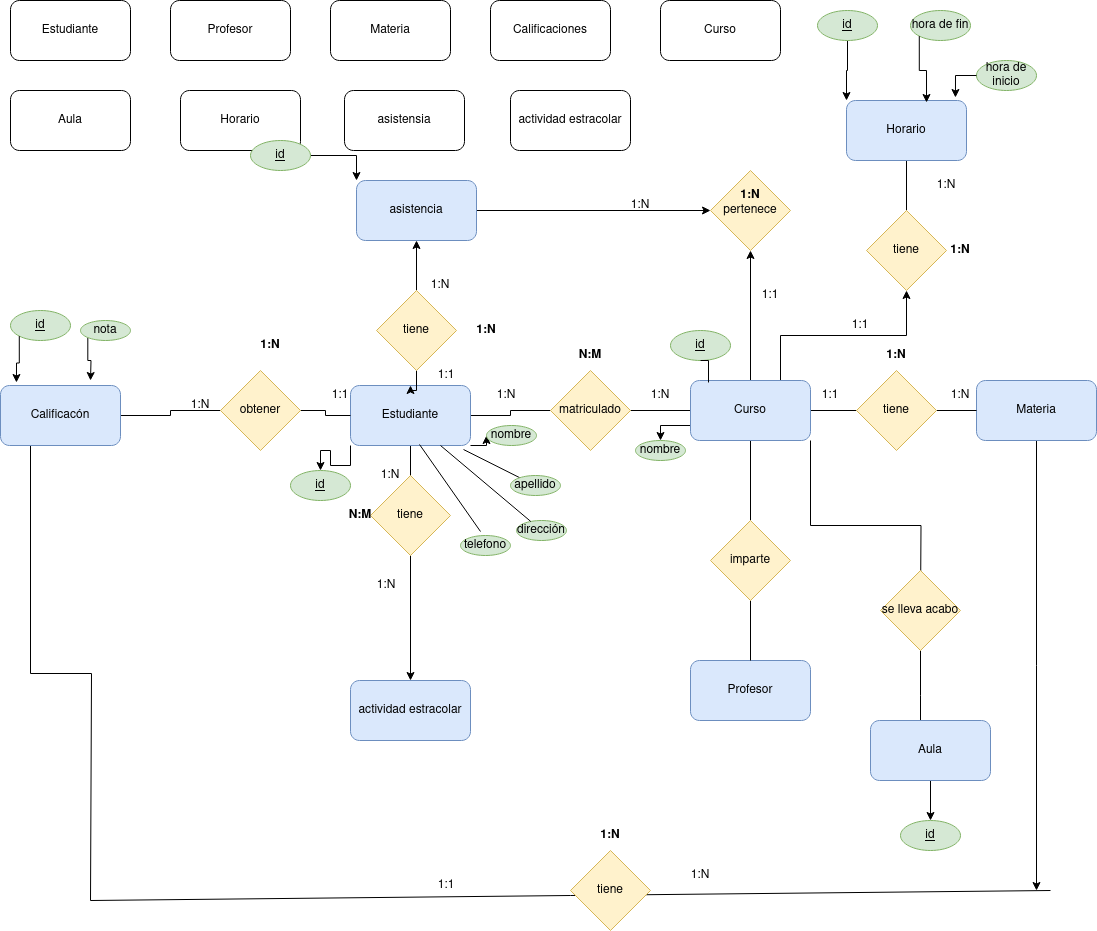
Above: Unidad1/tareas/tarea2/Diagrama sin título.drawio.png in lalayond/base-datos- (draw.io), before the change. Source tidied: cells renumbered, new cells last; positions are measured from the earlier drawing's top-left corner, leaving out a move shared by most shapes.
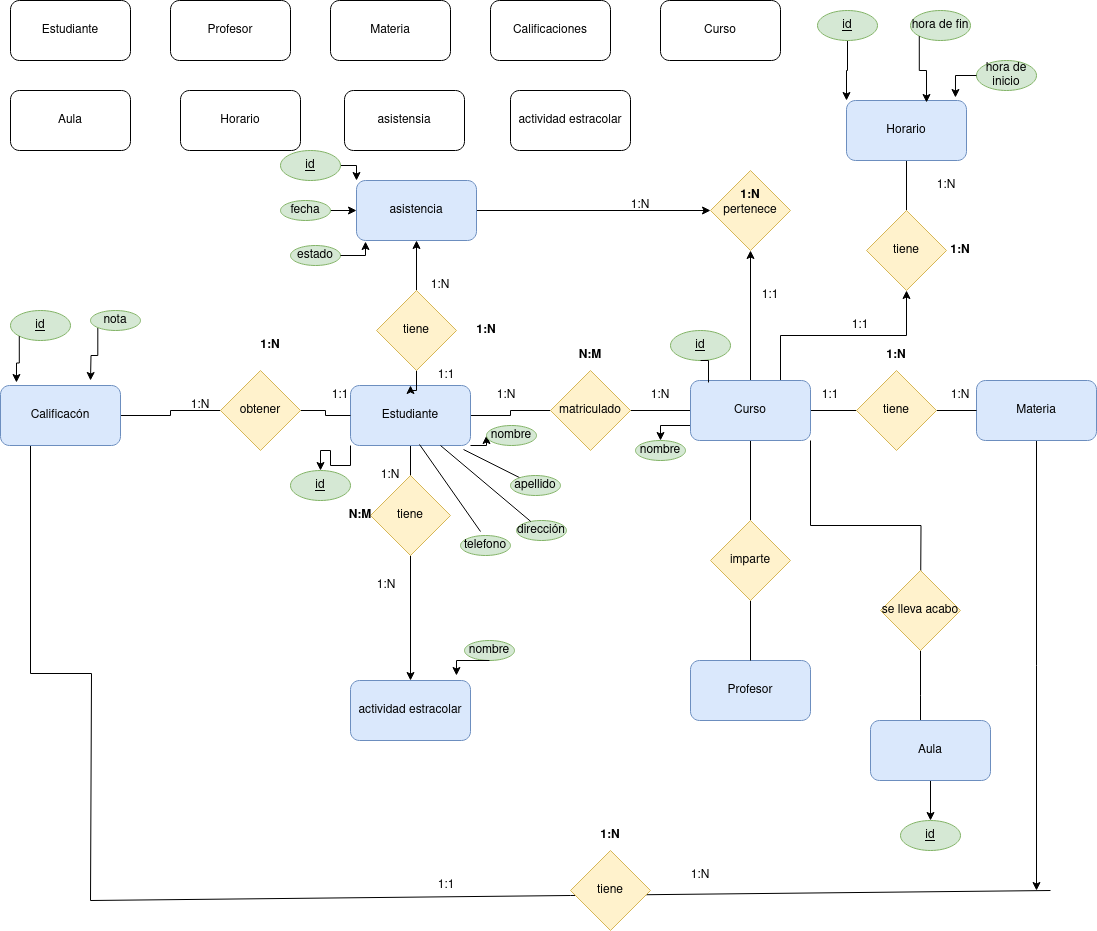
Above is the later version.

Diff of the diagram source:
```diff
@@ -314,7 +314,7 @@
       </mxGeometry>
     </mxCell>
     <mxCell id="98" value="nota" style="ellipse;whiteSpace=wrap;html=1;fillColor=#d5e8d4;strokeColor=#82b366;" parent="1" vertex="1">
-      <mxGeometry x="80" y="320" width="50" height="20" as="geometry" />
+      <mxGeometry x="90" y="310" width="50" height="20" as="geometry" />
     </mxCell>
     <mxCell id="99" value="1:1" style="text;html=1;strokeColor=none;fillColor=none;align=center;verticalAlign=middle;whiteSpace=wrap;rounded=0;" parent="1" vertex="1">
       <mxGeometry x="416" y="870" width="60" height="30" as="geometry" />
@@ -326,7 +326,25 @@
       <mxGeometry relative="1" as="geometry" />
     </mxCell>
     <mxCell id="102" value="id" style="ellipse;whiteSpace=wrap;html=1;fontStyle=4;fillColor=#d5e8d4;strokeColor=#82b366;" parent="1" vertex="1">
-      <mxGeometry x="250" y="140" width="60" height="30" as="geometry" />
+      <mxGeometry x="280" y="150" width="60" height="30" as="geometry" />
     </mxCell>
+    <mxCell id="103" style="edgeStyle=orthogonalEdgeStyle;rounded=0;jettySize=auto;html=1;exitX=1;exitY=0.5;exitDx=0;exitDy=0;entryX=0;entryY=0.5;entryDx=0;entryDy=0;" parent="1" edge="1" source="104" target="29">
+      <mxGeometry relative="1" as="geometry" />
+    </mxCell>
+    <mxCell id="104" value="fecha" style="ellipse;whiteSpace=wrap;html=1;fillColor=#d5e8d4;strokeColor=#82b366;" parent="1" vertex="1">
+      <mxGeometry x="280" y="200" width="50" height="20" as="geometry" />
+    </mxCell>
+    <mxCell id="105" value="estado" style="ellipse;whiteSpace=wrap;html=1;fillColor=#d5e8d4;strokeColor=#82b366;" parent="1" vertex="1">
+      <mxGeometry x="290" y="245" width="50" height="20" as="geometry" />
+    </mxCell>
+    <mxCell id="106" style="edgeStyle=orthogonalEdgeStyle;rounded=0;jettySize=auto;html=1;exitX=1;exitY=0.5;exitDx=0;exitDy=0;entryX=0.075;entryY=1.017;entryDx=0;entryDy=0;entryPerimeter=0;" parent="1" edge="1" source="105" target="29">
+      <mxGeometry relative="1" as="geometry" />
+    </mxCell>
+    <mxCell id="107" value="nombre" style="ellipse;whiteSpace=wrap;html=1;fillColor=#d5e8d4;strokeColor=#82b366;" parent="1" vertex="1">
+      <mxGeometry x="464" y="640" width="50" height="20" as="geometry" />
+    </mxCell>
+    <mxCell id="108" style="edgeStyle=orthogonalEdgeStyle;rounded=0;jettySize=auto;html=1;exitX=0.5;exitY=1;exitDx=0;exitDy=0;entryX=0.883;entryY=-0.083;entryDx=0;entryDy=0;entryPerimeter=0;" parent="1" edge="1" source="107" target="46">
+      <mxGeometry relative="1" as="geometry" />
+    </mxCell>
   </root>
 </mxGraphModel>
```
